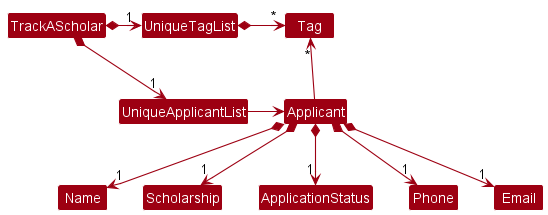
Before: docs/images/BetterModelClassDiagram.png, a diagram exported from PlantUML (nus-cs2103-AY2223S1/tp).
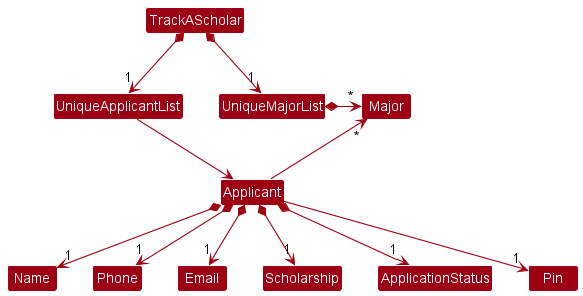
After the commit.

Diff of the diagram source:
```diff
@@ -4,19 +4,20 @@
 skinparam arrowColor MODEL_COLOR
 skinparam classBackgroundColor MODEL_COLOR
 
-TrackAScholar *-right-> "1" UniqueApplicantList
-TrackAScholar *-right-> "1" UniqueTagList
-UniqueTagList -[hidden]down- UniqueApplicantList
-UniqueTagList -[hidden]down- UniqueApplicantList
+TrackAScholar *-down-> "1" UniqueApplicantList
+TrackAScholar *-right-> "1" UniqueMajorList
+UniqueMajorList -[hidden]left- UniqueApplicantList
+UniqueMajorList -[hidden]up- UniqueApplicantList
 
-UniqueTagList *-right-> "*" Tag
+UniqueMajorList *-right-> "*" Major
 UniqueApplicantList -right-> Applicant
 
-Applicant -up-> "*" Tag
+Applicant -up-> "*" Major
 
 Applicant *--> "1" Name
+Applicant *--> "1" Phone
+Applicant *--> "1" Email
 Applicant *--> "1" Scholarship
 Applicant *--> "1" ApplicationStatus
-Applicant *--> "1" Phone
-Applicant *--> "1" Email
+Applicant --> "1" Pin
 @enduml
```
